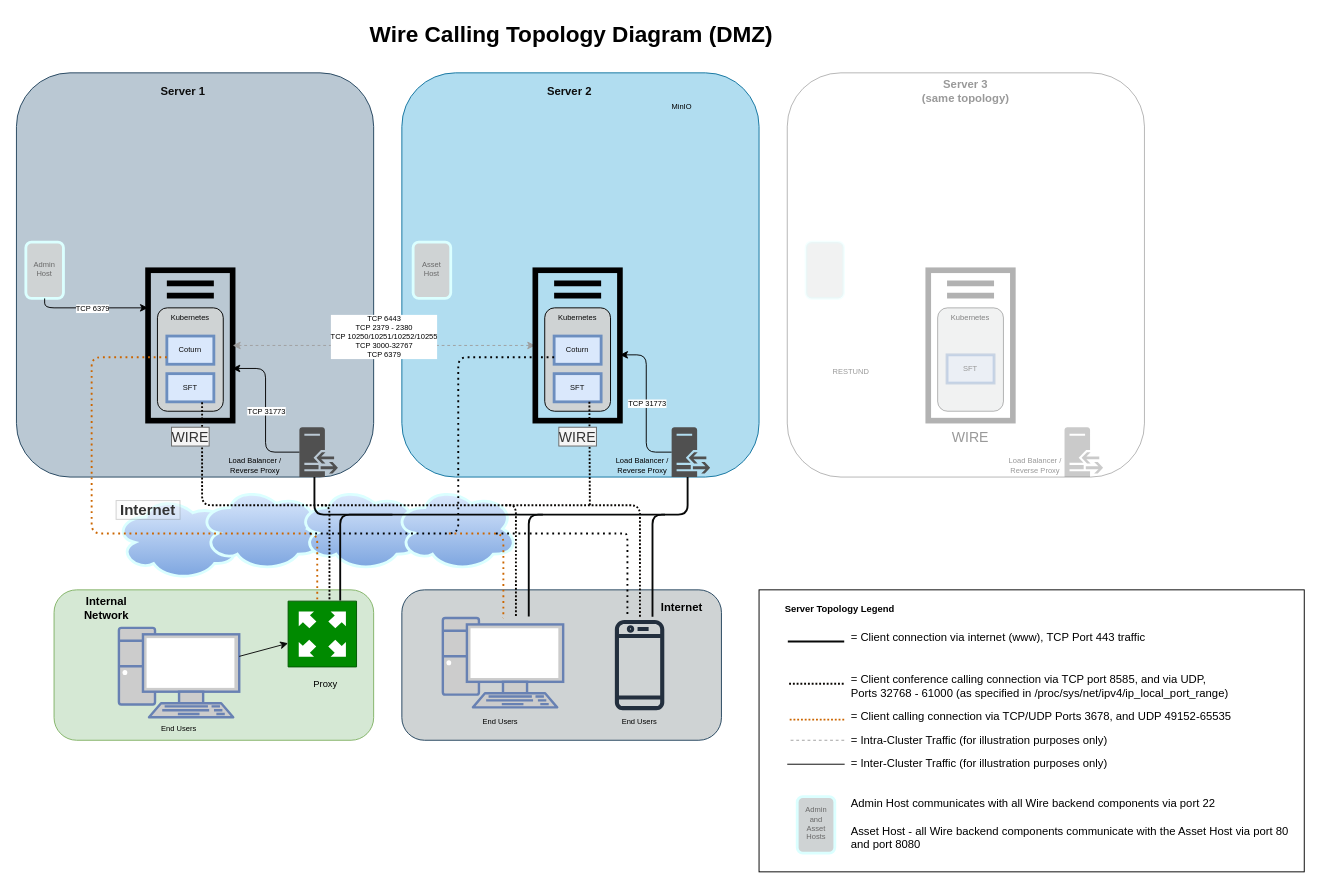
wireapp/wire-docs keeps this draw.io diagram as src/understand/img/calling-DMZ.drawio. Above is the earlier version. Source tidied: cells renumbered, new cells numbered last; positions are measured from the earlier drawing's top-left corner, leaving out a move shared by most shapes. Both pictures are drawn from the tidied source at 94%, with x=0, y=0 at pixel (16, 16).
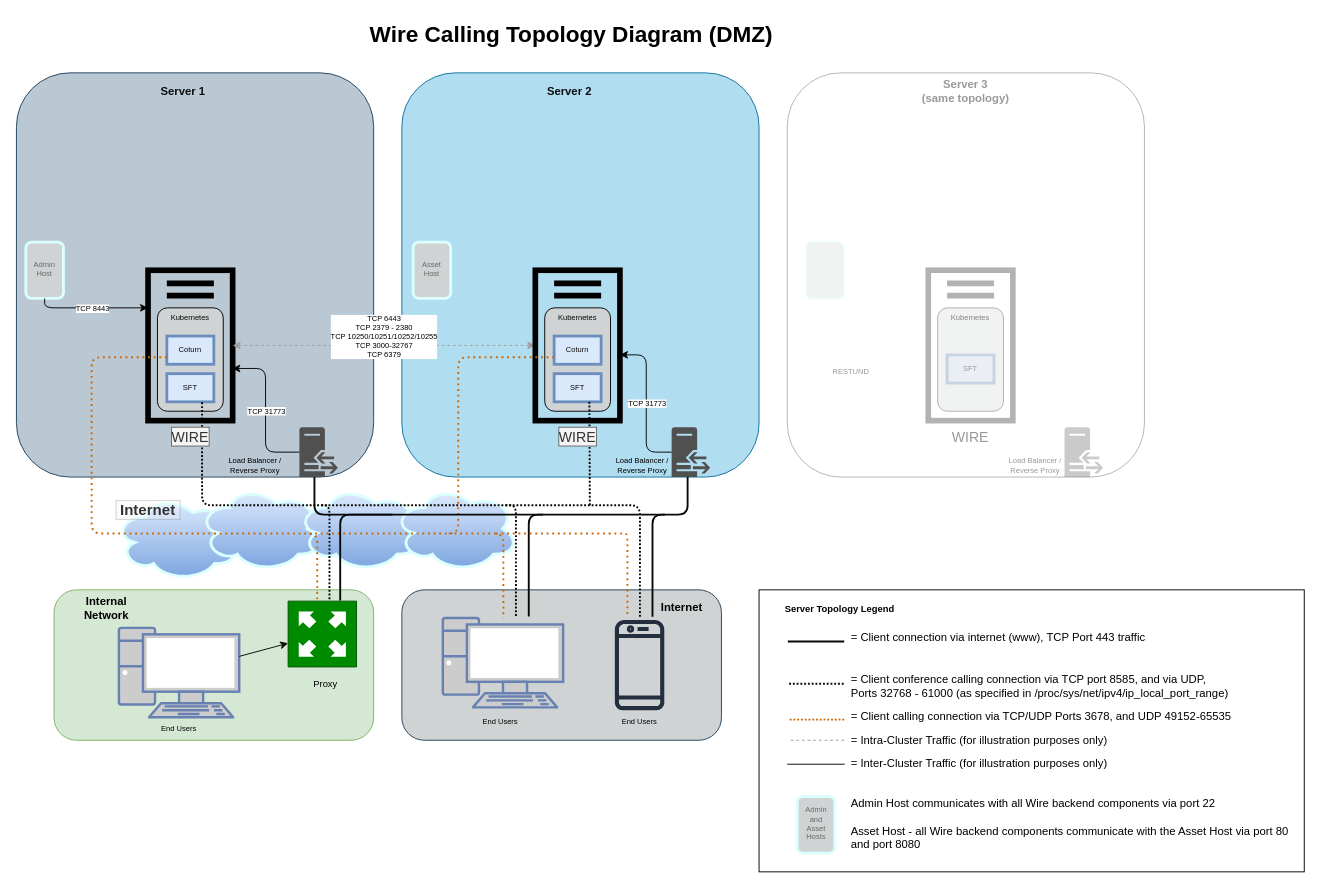
Above is the later version.

Commit message (it also covers changes not shown here):
make the dotted orange lines more consistent, and fix the port for kubernetes from the adminhost.

Unchanged cells that the change refers to:
```xml
<mxCell id="18" style="rounded=0;whiteSpace=wrap;html=1;fontSize=8;strokeColor=#6c8ebf;strokeWidth=3;fillColor=#dae8fc;" parent="10" vertex="1">
  <mxGeometry x="20" y="70" width="50" height="30" as="geometry" />
</mxCell>
<mxCell id="34" style="endArrow=classic;html=1;strokeWidth=1;exitX=0.5;exitY=1;exitDx=0;exitDy=0;edgeStyle=orthogonalEdgeStyle;" parent="1" edge="1" source="32">
  <mxGeometry relative="1" as="geometry">
    <mxPoint x="140" y="310" as="targetPoint" />
    <Array as="points">
      <mxPoint x="30" y="310" />
    </Array>
  </mxGeometry>
</mxCell>
<mxCell id="46" style="rounded=0;whiteSpace=wrap;html=1;fontSize=8;strokeColor=#6c8ebf;strokeWidth=3;fillColor=#dae8fc;" parent="38" vertex="1">
  <mxGeometry x="20" y="70" width="50" height="30" as="geometry" />
</mxCell>
<mxCell id="78" style="rounded=0;whiteSpace=wrap;html=1;fontSize=10;fontColor=#000000;strokeColor=#DBFFFF;strokeWidth=3;fillColor=#CFD3D4;opacity=0;" parent="1" vertex="1">
  <mxGeometry x="288" y="620" width="82" height="80" as="geometry" />
</mxCell>
<mxCell id="79" style="rounded=0;whiteSpace=wrap;html=1;fontSize=10;fontColor=#000000;strokeColor=#DBFFFF;strokeWidth=3;fillColor=#CFD3D4;opacity=0;" parent="1" vertex="1">
  <mxGeometry x="636.6" y="638.5" width="53.4" height="101.5" as="geometry" />
</mxCell>
<mxCell id="80" style="rounded=0;whiteSpace=wrap;html=1;fontSize=10;fontColor=#000000;strokeColor=#DBFFFF;strokeWidth=3;fillColor=#CFD3D4;opacity=0;" parent="1" vertex="1">
  <mxGeometry x="452" y="639.2" width="138" height="100.8" as="geometry" />
</mxCell>
```

Diff of the diagram source:
```diff
@@
-    <mxCell id="35" value="TCP 6379" style="edgeLabel;html=1;align=center;verticalAlign=middle;fontSize=8;" parent="34" vertex="1">
+    <mxCell id="35" value="TCP 8443" style="edgeLabel;html=1;align=center;verticalAlign=middle;fontSize=8;" parent="34" vertex="1">
       <mxGeometry relative="1" as="geometry" />
     </mxCell>
@@
-    <mxCell id="53" value="MinIO" style="text;html=1;strokeColor=none;fillColor=none;align=center;verticalAlign=middle;whiteSpace=wrap;rounded=0;fontSize=8;" parent="1" vertex="1">
-      <mxGeometry x="688" y="86" width="40" height="20" as="geometry" />
-    </mxCell>
@@
-    <mxCell id="99" style="endArrow=none;startArrow=none;html=1;rounded=1;strokeWidth=2;edgeStyle=orthogonalEdgeStyle;curved=0;strokeColor=light-dark(#CC6600, #e66100);exitX=0;exitY=0.75;exitDx=0;exitDy=0;startFill=0;endFill=0;dashed=1;dashPattern=1 2;" parent="1" edge="1" source="18" target="78">
+    <mxCell id="99" style="endArrow=none;startArrow=none;html=1;rounded=1;strokeWidth=2;edgeStyle=orthogonalEdgeStyle;curved=0;strokeColor=light-dark(#CC6600,#CC6600);exitX=0;exitY=0.75;exitDx=0;exitDy=0;startFill=0;endFill=0;dashed=1;dashPattern=1 2;" parent="1" edge="1" source="18" target="78">
       <mxGeometry relative="1" as="geometry">
         <Array as="points">
           <mxPoint x="80" y="362" />
           <mxPoint x="80" y="550" />
           <mxPoint x="320" y="550" />
         </Array>
       </mxGeometry>
     </mxCell>
-    <mxCell id="100" style="endArrow=none;startArrow=none;html=1;rounded=1;strokeWidth=2;edgeStyle=orthogonalEdgeStyle;curved=0;strokeColor=light-dark(#000000,#CC6600);exitX=0;exitY=0.75;exitDx=0;exitDy=0;startFill=0;endFill=0;dashed=1;dashPattern=1 2;" parent="1" edge="1" source="46">
+    <mxCell id="100" style="endArrow=none;startArrow=none;html=1;rounded=1;strokeWidth=2;edgeStyle=orthogonalEdgeStyle;curved=0;strokeColor=light-dark(#CC6600,#CC6600);exitX=0;exitY=0.75;exitDx=0;exitDy=0;startFill=0;endFill=0;dashed=1;dashPattern=1 2;" parent="1" edge="1" source="46">
       <mxGeometry relative="1" as="geometry">
         <mxPoint x="310" y="550" as="targetPoint" />
         <Array as="points">
           <mxPoint x="470" y="362" />
           <mxPoint x="470" y="550" />
         </Array>
       </mxGeometry>
     </mxCell>
-    <mxCell id="101" style="endArrow=none;startArrow=none;html=1;rounded=1;strokeWidth=2;edgeStyle=orthogonalEdgeStyle;curved=0;strokeColor=light-dark(#CC6600,#D47D25);startFill=0;endFill=0;entryX=0.475;entryY=0.009;entryDx=0;entryDy=0;dashed=1;dashPattern=1 2;entryPerimeter=0;" parent="1" edge="1" target="80">
+    <mxCell id="101" style="endArrow=none;startArrow=none;html=1;rounded=1;strokeWidth=2;edgeStyle=orthogonalEdgeStyle;curved=0;strokeColor=light-dark(#CC6600,#CC6600);startFill=0;endFill=0;entryX=0.475;entryY=0.009;entryDx=0;entryDy=0;dashed=1;dashPattern=1 2;entryPerimeter=0;" parent="1" edge="1" target="80">
       <mxGeometry relative="1" as="geometry">
         <mxPoint x="460" y="550" as="sourcePoint" />
         <Array as="points">
           <mxPoint x="518" y="550" />
           <mxPoint x="518" y="639" />
         </Array>
       </mxGeometry>
     </mxCell>
@@
-    <mxCell id="105" style="endArrow=none;startArrow=none;html=1;rounded=1;strokeWidth=2;edgeStyle=orthogonalEdgeStyle;curved=0;strokeColor=light-dark(#000000,#CC6600);startFill=0;endFill=0;entryX=0.25;entryY=0;entryDx=0;entryDy=0;dashed=1;dashPattern=1 2;fillColor=#f5f5f5;" parent="1" edge="1" target="79">
+    <mxCell id="105" style="endArrow=none;startArrow=none;html=1;rounded=1;strokeWidth=2;edgeStyle=orthogonalEdgeStyle;curved=0;strokeColor=light-dark(#CC6600,#CC6600);startFill=0;endFill=0;entryX=0.25;entryY=0;entryDx=0;entryDy=0;dashed=1;dashPattern=1 2;fillColor=#f5f5f5;" parent="1" edge="1" target="79">
       <mxGeometry relative="1" as="geometry">
         <mxPoint x="510" y="550" as="sourcePoint" />
         <Array as="points">
           <mxPoint x="640" y="550" />
           <mxPoint x="650" y="550" />
         </Array>
       </mxGeometry>
     </mxCell>
```
